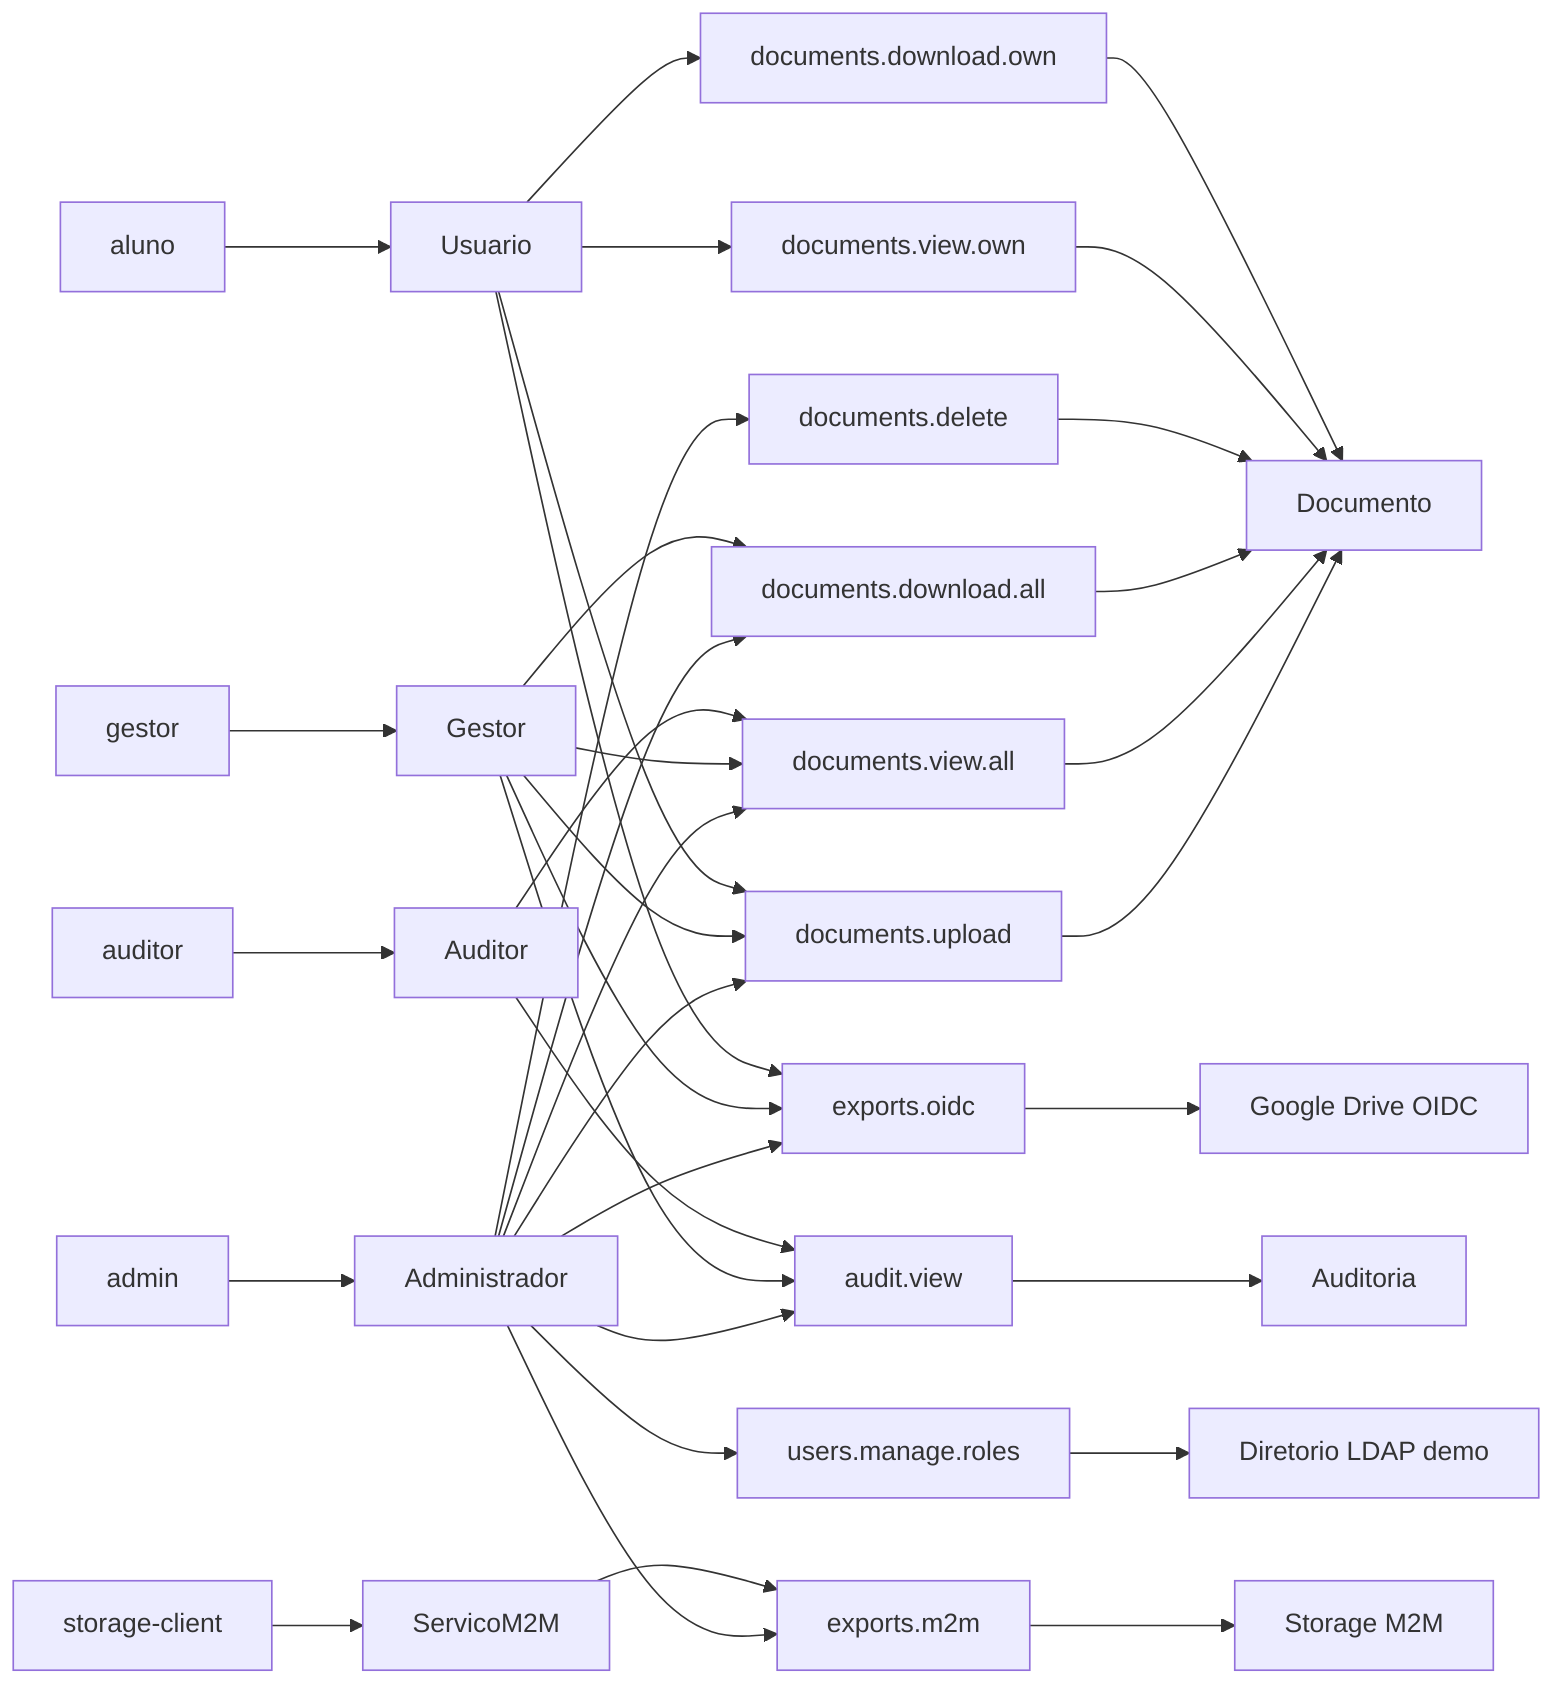
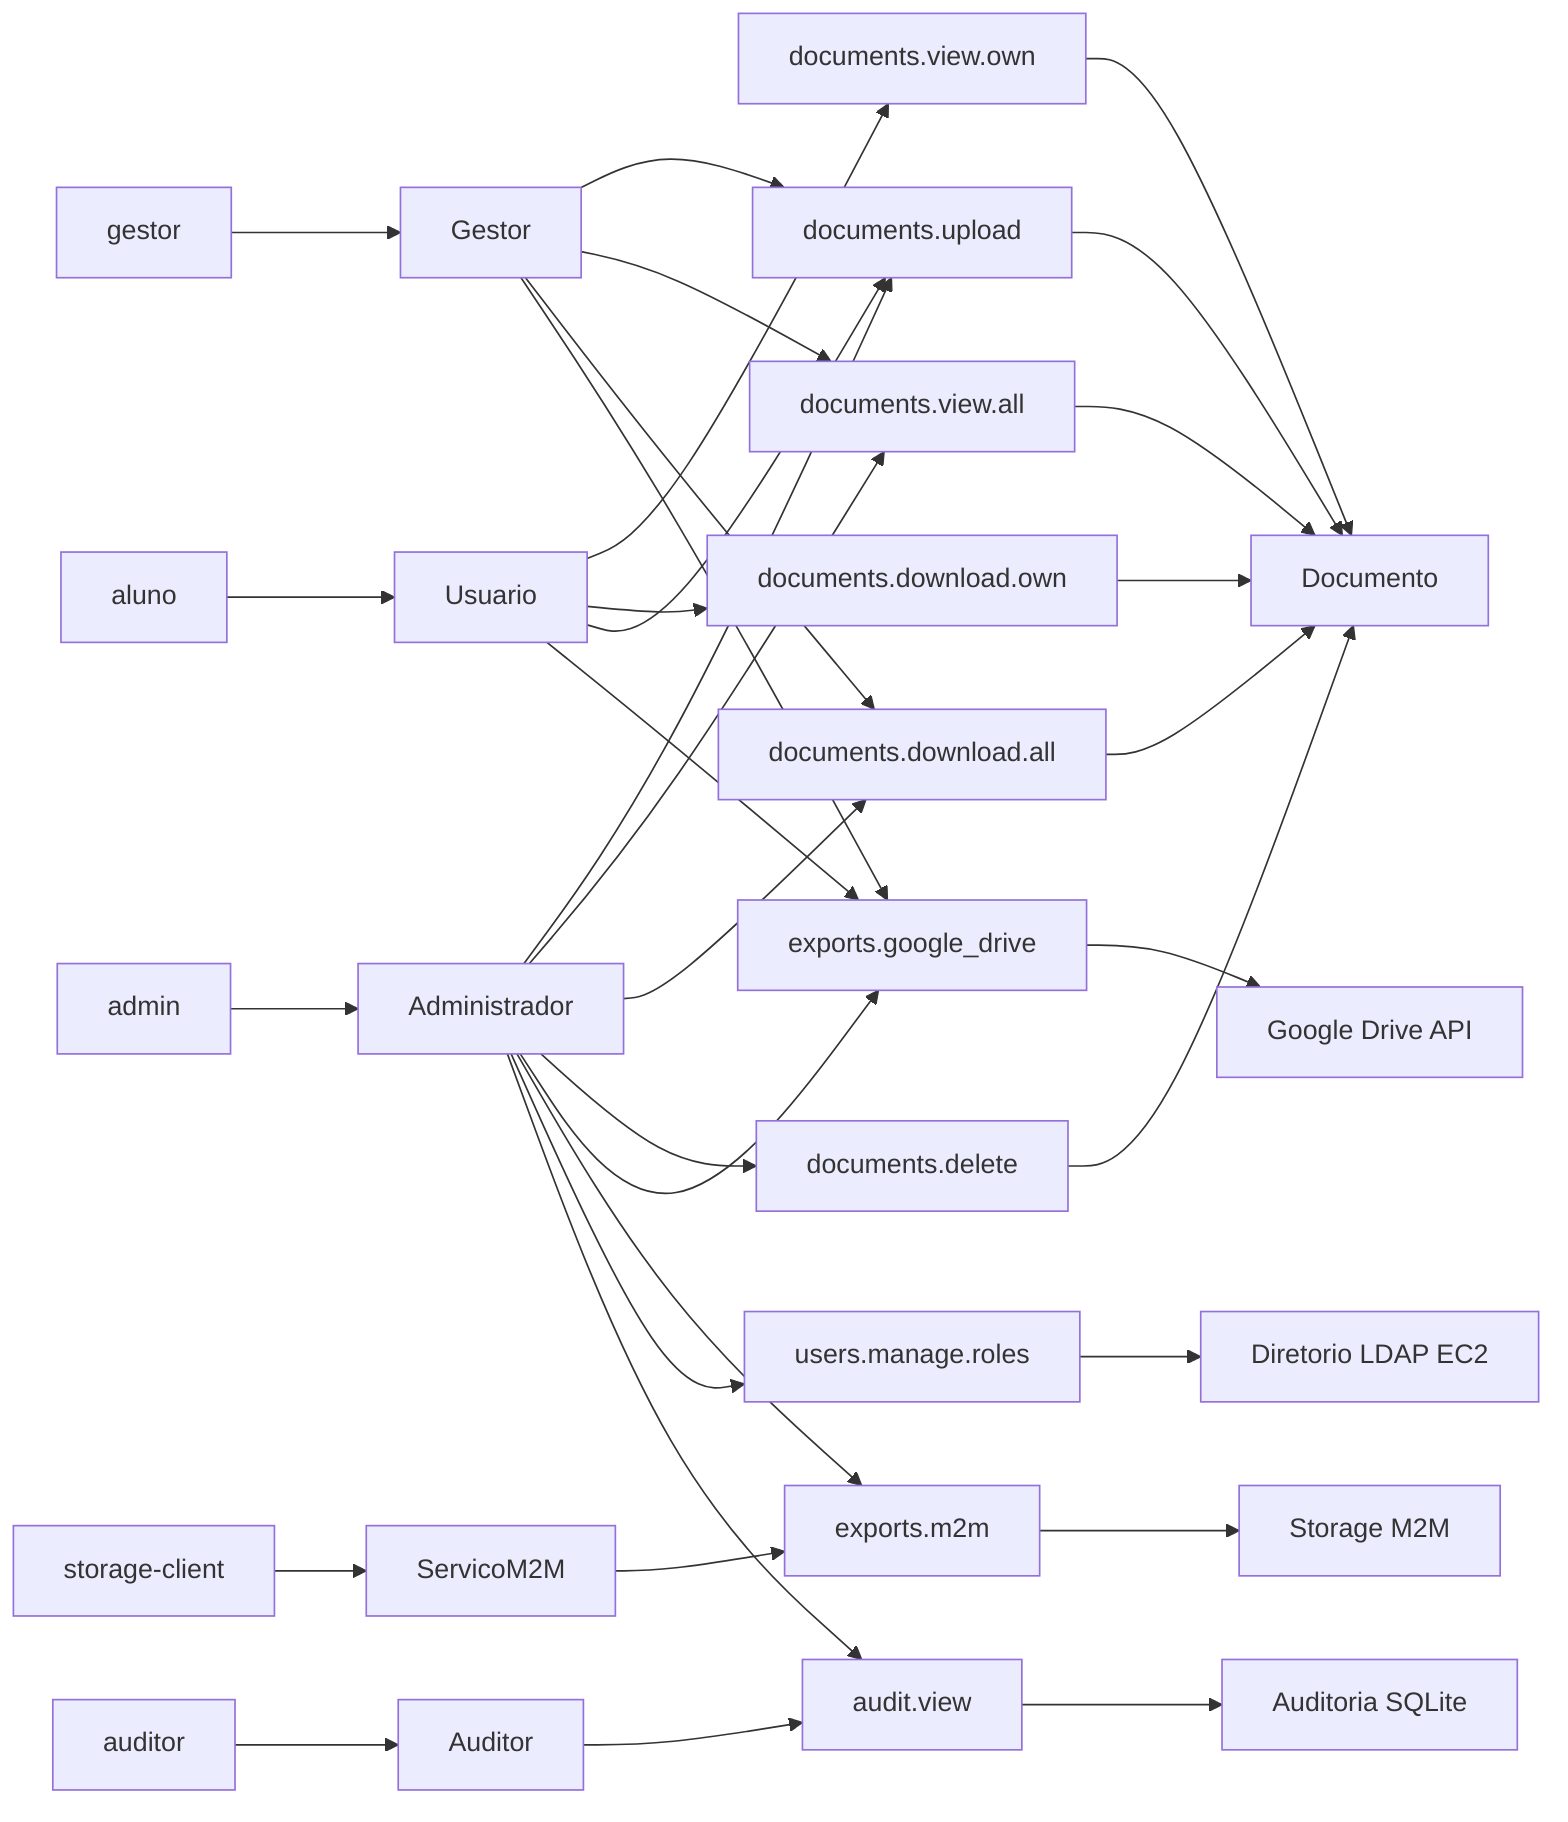
flowchart LR
    U1["admin"] --> R1["Administrador"]
    U2["gestor"] --> R2["Gestor"]
    U3["aluno"] --> R3["Usuario"]
    U4["auditor"] --> R4["Auditor"]
    C1["storage-client"] --> R5["ServicoM2M"]

    R1 --> P1["documents.upload"]
    R1 --> P2["documents.view.all"]
    R1 --> P3["documents.download.all"]
    R1 --> P4["documents.delete"]
-     R1 --> P5["exports.oidc"]
+     R1 --> P5["exports.google_drive"]
    R1 --> P6["exports.m2m"]
    R1 --> P7["users.manage.roles"]
    R1 --> P8["audit.view"]

    R2 --> P1
    R2 --> P2
    R2 --> P3
    R2 --> P5
-     R2 --> P8

    R3 --> P9["documents.view.own"]
    R3 --> P10["documents.download.own"]
    R3 --> P1
    R3 --> P5

-     R4 --> P2
    R4 --> P8
    R5 --> P6

    P1 --> D1["Documento"]
    P2 --> D1
    P3 --> D1
    P4 --> D1
    P9 --> D1
    P10 --> D1
-     P5 --> E1["Google Drive OIDC"]
+     P5 --> E1["Google Drive API"]
    P6 --> E2["Storage M2M"]
-     P7 --> G1["Diretorio LDAP demo"]
-     P8 --> A1["Auditoria"]
+     P7 --> G1["Diretorio LDAP EC2"]
+     P8 --> A1["Auditoria SQLite"]
